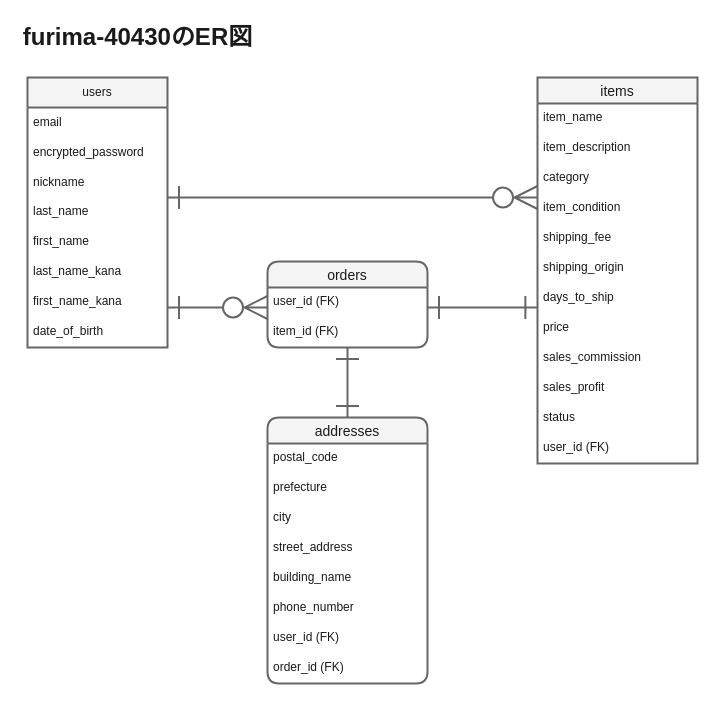
This is er_diagram.dio from apricona/furima-40430, a draw.io file, before an edit. Source tidied: cells renumbered, new cells numbered last; positions are measured from the earlier drawing's top-left corner, leaving out a move shared by most shapes. Both pictures are drawn from the tidied source at 100%, with x=0, y=0 at pixel (17, 17).
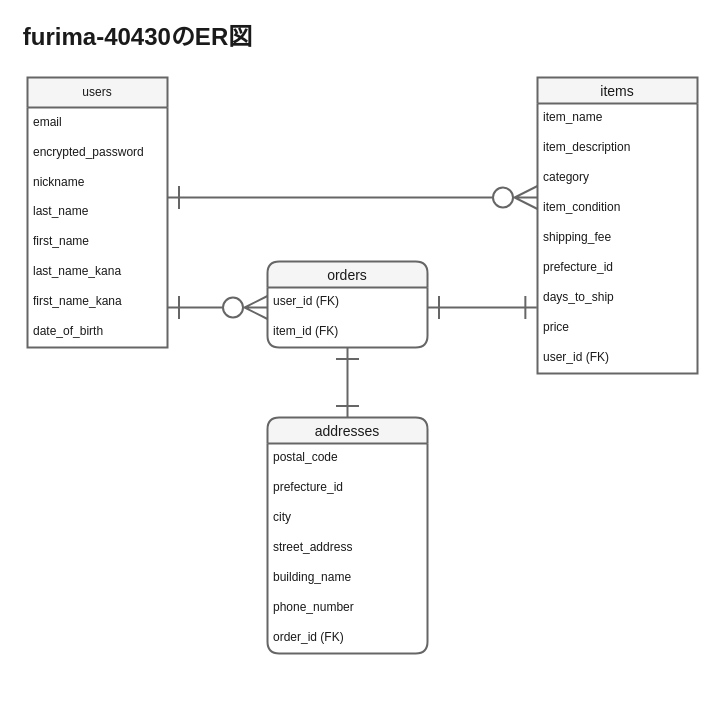
Above is the later version.

Commit message:
ER図,README修正⑥

Change to the diagram source:
```diff
@@
     <mxCell id="11" value="items" style="swimlane;fontStyle=0;horizontal=1;startSize=26;align=center;fontSize=14;fillColor=#f5f5f5;fontColor=#1A1A1A;strokeColor=#666666;strokeWidth=2;" parent="1" vertex="1">
-      <mxGeometry x="520" y="60" width="160" height="386" as="geometry" />
+      <mxGeometry x="520" y="60" width="160" height="296" as="geometry" />
     </mxCell>
@@
-    <mxCell id="17" value="shipping_origin" style="text;strokeColor=none;fillColor=none;spacingLeft=4;spacingRight=4;overflow=hidden;fontSize=12;fontColor=#1A1A1A;" parent="11" vertex="1">
+    <mxCell id="17" value="prefecture_id" style="text;strokeColor=none;fillColor=none;spacingLeft=4;spacingRight=4;overflow=hidden;fontSize=12;fontColor=#1A1A1A;" parent="11" vertex="1">
       <mxGeometry y="176" width="160" height="30" as="geometry" />
     </mxCell>
@@
-    <mxCell id="20" value="sales_commission" style="text;strokeColor=none;fillColor=none;spacingLeft=4;spacingRight=4;overflow=hidden;fontSize=12;fontColor=#1A1A1A;" parent="11" vertex="1">
-      <mxGeometry y="266" width="160" height="30" as="geometry" />
-    </mxCell>
-    <mxCell id="21" value="sales_profit" style="text;strokeColor=none;fillColor=none;spacingLeft=4;spacingRight=4;overflow=hidden;fontSize=12;fontColor=#1A1A1A;" parent="11" vertex="1">
-      <mxGeometry y="296" width="160" height="30" as="geometry" />
-    </mxCell>
-    <mxCell id="22" value="status" style="text;strokeColor=none;fillColor=none;spacingLeft=4;spacingRight=4;overflow=hidden;fontSize=12;fontColor=#1A1A1A;" parent="11" vertex="1">
-      <mxGeometry y="326" width="160" height="30" as="geometry" />
-    </mxCell>
     <mxCell id="23" value="user_id (FK)&#10;" style="text;strokeColor=none;fillColor=none;spacingLeft=4;spacingRight=4;overflow=hidden;fontSize=12;fontColor=#1A1A1A;" parent="11" vertex="1">
-      <mxGeometry y="356" width="160" height="30" as="geometry" />
+      <mxGeometry y="266" width="160" height="30" as="geometry" />
     </mxCell>
     <mxCell id="24" value="addresses" style="swimlane;fontStyle=0;horizontal=1;startSize=26;align=center;fontSize=14;rounded=1;fillColor=#f5f5f5;fontColor=#1A1A1A;strokeColor=#666666;strokeWidth=2;" parent="1" vertex="1">
-      <mxGeometry x="250" y="400" width="160" height="266" as="geometry" />
+      <mxGeometry x="250" y="400" width="160" height="236" as="geometry" />
     </mxCell>
@@
-    <mxCell id="26" value="prefecture" style="text;strokeColor=none;fillColor=none;spacingLeft=4;spacingRight=4;overflow=hidden;fontSize=12;fontColor=#1A1A1A;" parent="24" vertex="1">
+    <mxCell id="26" value="prefecture_id" style="text;strokeColor=none;fillColor=none;spacingLeft=4;spacingRight=4;overflow=hidden;fontSize=12;fontColor=#1A1A1A;" parent="24" vertex="1">
       <mxGeometry y="56" width="160" height="30" as="geometry" />
     </mxCell>
@@
-    <mxCell id="31" value="user_id (FK)" style="text;strokeColor=none;fillColor=none;spacingLeft=4;spacingRight=4;overflow=hidden;fontSize=12;fontColor=#1A1A1A;" parent="24" vertex="1">
-      <mxGeometry y="206" width="160" height="30" as="geometry" />
-    </mxCell>
     <mxCell id="32" value="order_id (FK)" style="text;strokeColor=none;fillColor=none;spacingLeft=4;spacingRight=4;overflow=hidden;fontSize=12;fontColor=#1A1A1A;" parent="24" vertex="1">
-      <mxGeometry y="236" width="160" height="30" as="geometry" />
+      <mxGeometry y="206" width="160" height="30" as="geometry" />
     </mxCell>
```
